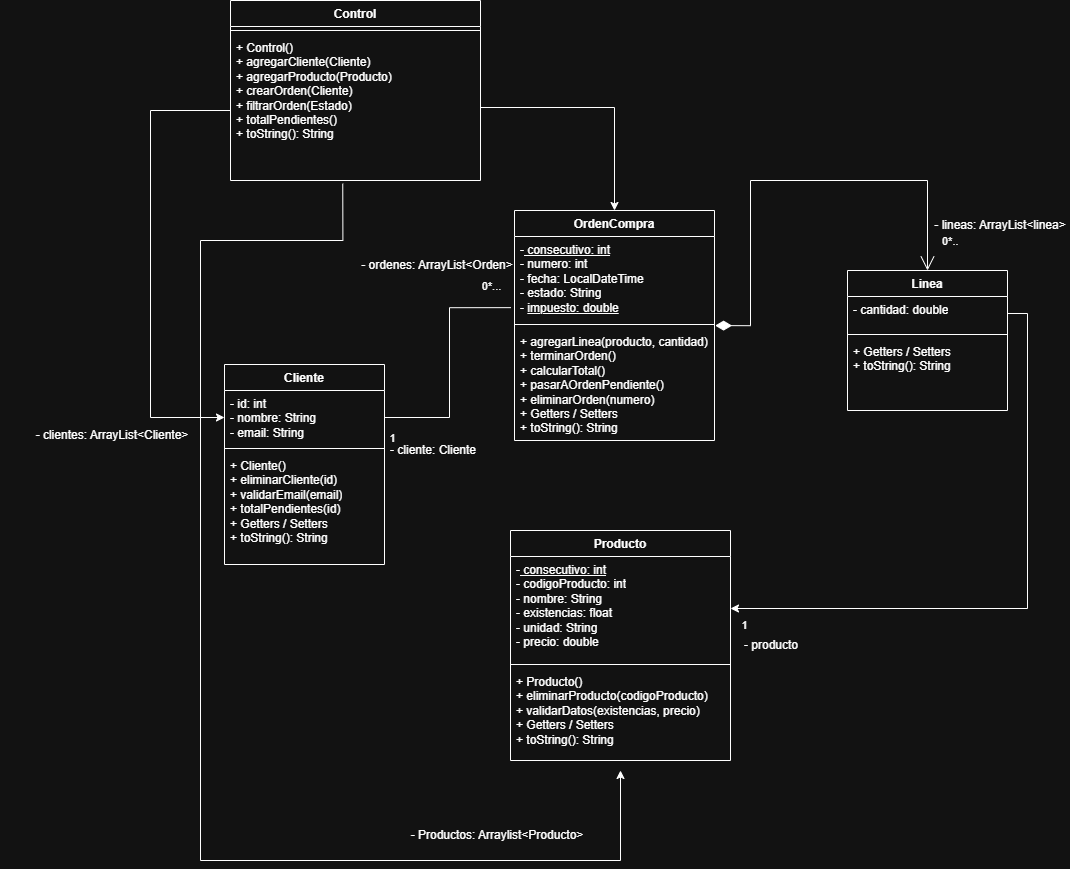
Before: Tienda WallRose.drawio.png, a diagram exported from draw.io (NeyB19/TiendaWallRose). Source tidied: cells renumbered, new cells last; positions are measured from the earlier drawing's top-left corner, leaving out a move shared by most shapes.
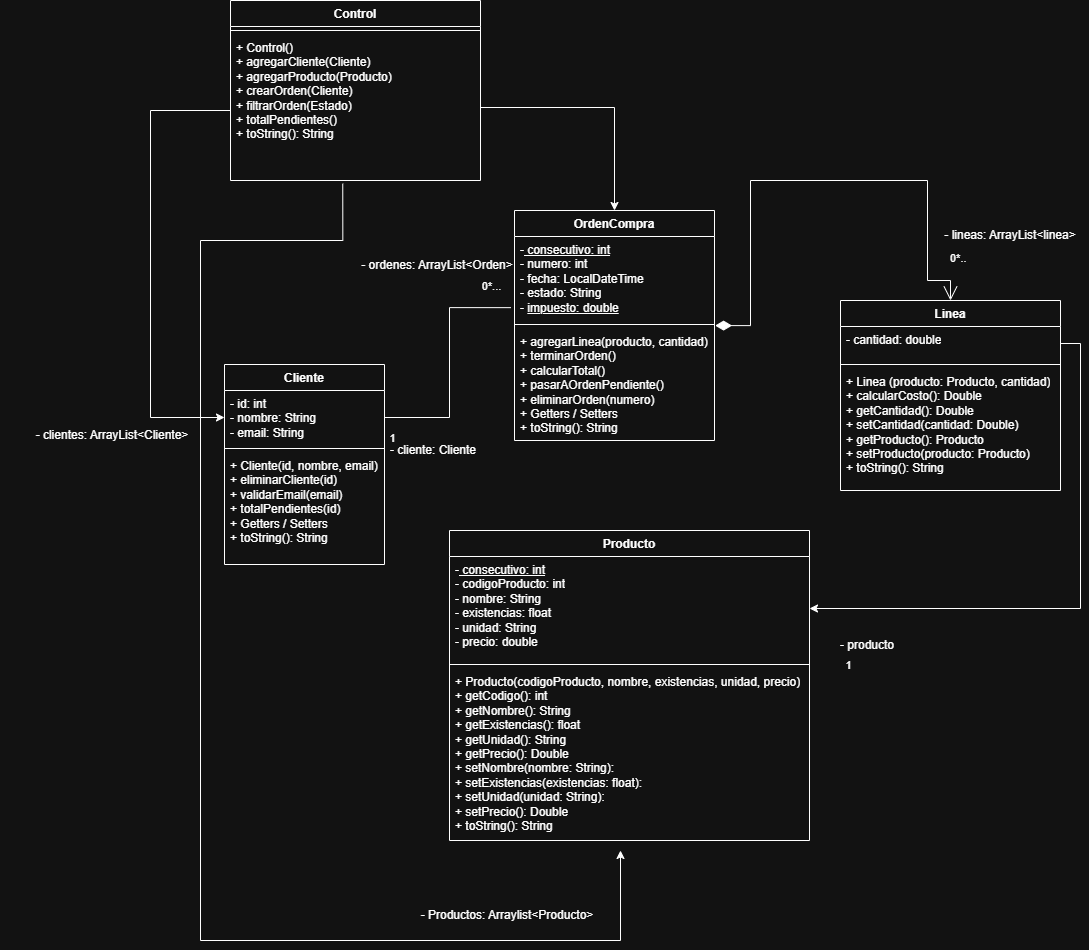
Later version of the same file.

Change to the diagram source:
```diff
@@ -3,16 +3,16 @@
     <mxCell id="0" />
     <mxCell id="1" parent="0" />
     <mxCell id="2" value="Producto" style="swimlane;fontStyle=1;align=center;verticalAlign=top;horizontal=1;startSize=26;whiteSpace=wrap;html=1;" parent="1" vertex="1">
-      <mxGeometry x="510" y="530" width="220" height="230" as="geometry" />
+      <mxGeometry x="449" y="530" width="360" height="310" as="geometry" />
     </mxCell>
     <mxCell id="3" value="-&lt;u&gt;&amp;nbsp;consecutivo: int&lt;/u&gt;&lt;br&gt;&lt;div&gt;- codigoProducto: int&lt;/div&gt;&lt;div&gt;- nombre: String&lt;/div&gt;&lt;div&gt;- existencias: float&lt;/div&gt;&lt;div&gt;- unidad: String&lt;/div&gt;&lt;div&gt;- precio: double&lt;/div&gt;" style="text;strokeColor=none;fillColor=none;align=left;verticalAlign=top;spacingLeft=4;spacingRight=4;overflow=hidden;points=[[0,0.5],[1,0.5]];portConstraint=eastwest;whiteSpace=wrap;html=1;" parent="2" vertex="1">
-      <mxGeometry y="26" width="220" height="104" as="geometry" />
+      <mxGeometry y="26" width="360" height="104" as="geometry" />
     </mxCell>
     <mxCell id="4" style="line;strokeWidth=1;fillColor=none;align=left;verticalAlign=middle;spacingTop=-1;spacingLeft=3;spacingRight=3;labelPosition=right;strokeColor=inherit;" parent="2" vertex="1">
-      <mxGeometry y="130" width="220" height="8" as="geometry" />
+      <mxGeometry y="130" width="360" height="8" as="geometry" />
     </mxCell>
-    <mxCell id="5" value="+ Producto()&lt;div&gt;+ eliminarProducto(codigoProducto)&lt;/div&gt;&lt;div&gt;+ validarDatos(existencias, precio)&lt;/div&gt;&lt;div&gt;+ Getters / Setters&lt;/div&gt;&lt;div&gt;+ toString(): String&lt;/div&gt;" style="text;strokeColor=none;fillColor=none;align=left;verticalAlign=top;spacingLeft=4;spacingRight=4;overflow=hidden;whiteSpace=wrap;html=1;" parent="2" vertex="1">
-      <mxGeometry y="138" width="220" height="92" as="geometry" />
+    <mxCell id="5" value="+ Producto(codigoProducto, nombre, existencias, unidad, precio)&lt;div&gt;+ getCodigo(): int&lt;/div&gt;&lt;div&gt;+ getNombre(): String&lt;/div&gt;&lt;div&gt;+ getExistencias(): float&lt;/div&gt;&lt;div&gt;+ getUnidad(): String&lt;/div&gt;&lt;div&gt;+ getPrecio(): Double&lt;/div&gt;&lt;div&gt;+ setNombre(nombre: String):&lt;/div&gt;&lt;div&gt;+ setExistencias(existencias: float):&lt;/div&gt;&lt;div&gt;+ setUnidad(unidad: String):&lt;/div&gt;&lt;div&gt;+ setPrecio(): Double&lt;/div&gt;&lt;div&gt;+ toString(): String&lt;/div&gt;" style="text;strokeColor=none;fillColor=none;align=left;verticalAlign=top;spacingLeft=4;spacingRight=4;overflow=hidden;whiteSpace=wrap;html=1;" parent="2" vertex="1">
+      <mxGeometry y="138" width="360" height="172" as="geometry" />
     </mxCell>
     <mxCell id="6" value="OrdenCompra" style="swimlane;fontStyle=1;align=center;verticalAlign=top;horizontal=1;startSize=26;whiteSpace=wrap;html=1;" parent="1" vertex="1">
       <mxGeometry x="514" y="210" width="200" height="230" as="geometry" />
@@ -35,7 +35,7 @@
     <mxCell id="12" style="line;strokeWidth=1;fillColor=none;align=left;verticalAlign=middle;spacingTop=-1;spacingLeft=3;spacingRight=3;labelPosition=right;strokeColor=inherit;" parent="10" vertex="1">
       <mxGeometry y="80" width="160" height="8" as="geometry" />
     </mxCell>
-    <mxCell id="13" value="+ Cliente()&lt;div&gt;+ eliminarCliente(id)&lt;/div&gt;&lt;div&gt;+ validarEmail(email)&lt;/div&gt;&lt;div&gt;+ totalPendientes(id)&lt;/div&gt;&lt;div&gt;+ Getters / Setters&lt;/div&gt;&lt;div&gt;+ toString(): String&lt;/div&gt;" style="text;strokeColor=none;fillColor=none;align=left;verticalAlign=top;spacingLeft=4;spacingRight=4;overflow=hidden;whiteSpace=wrap;html=1;" parent="10" vertex="1">
+    <mxCell id="13" value="+ Cliente(id, nombre, email)&lt;div&gt;+ eliminarCliente(id)&lt;/div&gt;&lt;div&gt;+ validarEmail(email)&lt;/div&gt;&lt;div&gt;+ totalPendientes(id)&lt;/div&gt;&lt;div&gt;+ Getters / Setters&lt;/div&gt;&lt;div&gt;+ toString(): String&lt;/div&gt;" style="text;strokeColor=none;fillColor=none;align=left;verticalAlign=top;spacingLeft=4;spacingRight=4;overflow=hidden;whiteSpace=wrap;html=1;" parent="10" vertex="1">
       <mxGeometry y="88" width="160" height="112" as="geometry" />
     </mxCell>
     <mxCell id="14" style="edgeStyle=orthogonalEdgeStyle;rounded=0;jettySize=auto;html=1;exitX=0;exitY=0.5;exitDx=0;exitDy=0;entryX=0;entryY=0.5;entryDx=0;entryDy=0;" parent="1" edge="1" source="15" target="11">
@@ -57,27 +57,27 @@
       <mxGeometry y="34" width="250" height="146" as="geometry" />
     </mxCell>
     <mxCell id="18" value="Linea" style="swimlane;fontStyle=1;align=center;verticalAlign=top;horizontal=1;startSize=26;whiteSpace=wrap;html=1;" parent="1" vertex="1">
-      <mxGeometry x="847" y="270" width="160" height="140" as="geometry" />
+      <mxGeometry x="840" y="300" width="220" height="190" as="geometry" />
     </mxCell>
     <mxCell id="19" value="&lt;div&gt;- cantidad: double&lt;/div&gt;&lt;div&gt;&lt;br&gt;&lt;/div&gt;" style="text;strokeColor=none;fillColor=none;align=left;verticalAlign=top;spacingLeft=4;spacingRight=4;overflow=hidden;points=[[0,0.5],[1,0.5]];portConstraint=eastwest;whiteSpace=wrap;html=1;" parent="18" vertex="1">
-      <mxGeometry y="26" width="160" height="34" as="geometry" />
+      <mxGeometry y="26" width="220" height="34" as="geometry" />
     </mxCell>
     <mxCell id="20" style="line;strokeWidth=1;fillColor=none;align=left;verticalAlign=middle;spacingTop=-1;spacingLeft=3;spacingRight=3;labelPosition=right;strokeColor=inherit;" parent="18" vertex="1">
-      <mxGeometry y="60" width="160" height="8" as="geometry" />
+      <mxGeometry y="60" width="220" height="8" as="geometry" />
     </mxCell>
-    <mxCell id="21" value="+ Getters / Setters&lt;div&gt;+ toString(): String&lt;/div&gt;" style="text;strokeColor=none;fillColor=none;align=left;verticalAlign=top;spacingLeft=4;spacingRight=4;overflow=hidden;whiteSpace=wrap;html=1;" parent="18" vertex="1">
-      <mxGeometry y="68" width="160" height="72" as="geometry" />
+    <mxCell id="21" value="&lt;div&gt;+ Linea (producto: Producto, cantidad)&lt;/div&gt;&lt;div&gt;+ calcularCosto(): Double&lt;/div&gt;&lt;div&gt;+ getCantidad(): Double&lt;/div&gt;&lt;div&gt;+ setCantidad(cantidad: Double)&lt;/div&gt;&lt;div&gt;+ getProducto(): Producto&lt;/div&gt;&lt;div&gt;+ setProducto(producto: Producto)&lt;/div&gt;&lt;div&gt;+ toString(): String&lt;/div&gt;" style="text;strokeColor=none;fillColor=none;align=left;verticalAlign=top;spacingLeft=4;spacingRight=4;overflow=hidden;whiteSpace=wrap;html=1;" parent="18" vertex="1">
+      <mxGeometry y="68" width="220" height="122" as="geometry" />
     </mxCell>
     <mxCell id="22" value="- ordenes: ArrayList&amp;lt;Orden&amp;gt;" style="text;html=1;whiteSpace=wrap;strokeColor=none;fillColor=none;align=center;verticalAlign=middle;rounded=0;" parent="1" vertex="1">
       <mxGeometry x="360" y="250" width="154" height="30" as="geometry" />
     </mxCell>
     <mxCell id="23" value="1" style="edgeLabel;html=1;align=center;verticalAlign=middle;" parent="1" vertex="1">
-      <mxGeometry x="510" y="650" as="geometry">
+      <mxGeometry x="614" y="690" as="geometry">
         <mxPoint x="233" y="-26" as="offset" />
       </mxGeometry>
     </mxCell>
     <mxCell id="24" value="- lineas: ArrayList&amp;lt;linea&amp;gt;" style="text;html=1;whiteSpace=wrap;strokeColor=none;fillColor=none;align=center;verticalAlign=middle;rounded=0;" parent="1" vertex="1">
-      <mxGeometry x="930" y="210" width="140" height="30" as="geometry" />
+      <mxGeometry x="940" y="220" width="140" height="30" as="geometry" />
     </mxCell>
     <mxCell id="25" value="0*..." style="edgeLabel;html=1;align=center;verticalAlign=middle;" parent="1" vertex="1">
       <mxGeometry x="540" y="300" as="geometry">
@@ -93,7 +93,7 @@
       <mxGeometry x="356" y="435" width="154" height="30" as="geometry" />
     </mxCell>
     <mxCell id="28" value="- producto" style="text;html=1;whiteSpace=wrap;strokeColor=none;fillColor=none;align=center;verticalAlign=middle;rounded=0;" parent="1" vertex="1">
-      <mxGeometry x="694" y="630" width="154" height="30" as="geometry" />
+      <mxGeometry x="790" y="630" width="154" height="30" as="geometry" />
     </mxCell>
     <mxCell id="29" style="edgeStyle=orthogonalEdgeStyle;rounded=0;jettySize=auto;html=1;exitX=1;exitY=0.5;exitDx=0;exitDy=0;entryX=0.5;entryY=0;entryDx=0;entryDy=0;" parent="1" edge="1" source="17" target="6">
       <mxGeometry relative="1" as="geometry" />
@@ -103,17 +103,17 @@
     </mxCell>
     <mxCell id="31" style="edgeStyle=orthogonalEdgeStyle;rounded=0;jettySize=auto;html=1;exitX=0.449;exitY=1.022;exitDx=0;exitDy=0;exitPerimeter=0;" parent="1" edge="1" source="17">
       <mxGeometry relative="1" as="geometry">
-        <mxPoint x="620" y="770" as="targetPoint" />
+        <mxPoint x="620" y="850" as="targetPoint" />
         <Array as="points">
           <mxPoint x="342" y="240" />
           <mxPoint x="200" y="240" />
-          <mxPoint x="200" y="860" />
-          <mxPoint x="620" y="860" />
+          <mxPoint x="200" y="940" />
+          <mxPoint x="620" y="940" />
         </Array>
       </mxGeometry>
     </mxCell>
     <mxCell id="32" value="- Productos: Arraylist&amp;lt;Producto&amp;gt;" style="text;html=1;whiteSpace=wrap;strokeColor=none;fillColor=none;align=center;verticalAlign=middle;rounded=0;" parent="1" vertex="1">
-      <mxGeometry x="390" y="820" width="214" height="30" as="geometry" />
+      <mxGeometry x="400" y="900" width="214" height="30" as="geometry" />
     </mxCell>
     <mxCell id="33" value="- clientes: ArrayList&amp;lt;Cliente&amp;gt;" style="text;html=1;whiteSpace=wrap;strokeColor=none;fillColor=none;align=center;verticalAlign=middle;rounded=0;" parent="1" vertex="1">
       <mxGeometry y="420" width="224" height="30" as="geometry" />
@@ -127,6 +127,8 @@
           <mxPoint x="750" y="325" />
           <mxPoint x="750" y="180" />
           <mxPoint x="927" y="180" />
+          <mxPoint x="927" y="280" />
+          <mxPoint x="950" y="280" />
         </Array>
       </mxGeometry>
     </mxCell>
```
